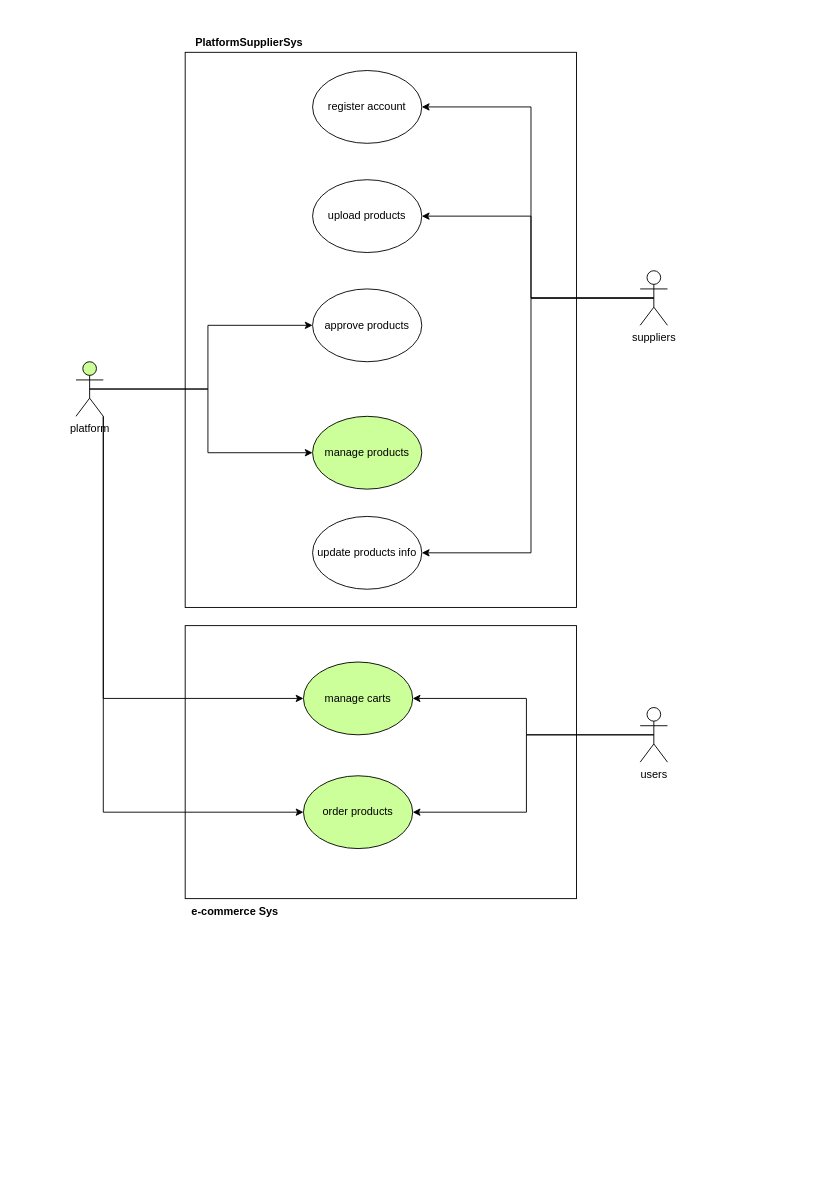
This is page "Use Case" (1 of 7) of 1 System Analysis Diagram/Use Case_PlatformSuppliers_Cart-Service.drawio from CHAITANYA510/QuickMall-eCommerce, a draw.io file, before an edit. Source tidied: cells renumbered, new cells numbered last; positions are measured from the earlier drawing's top-left corner, leaving out a move shared by most shapes. Both pictures are drawn from the tidied source at 91%, with x=0, y=0 at pixel (76, 29).
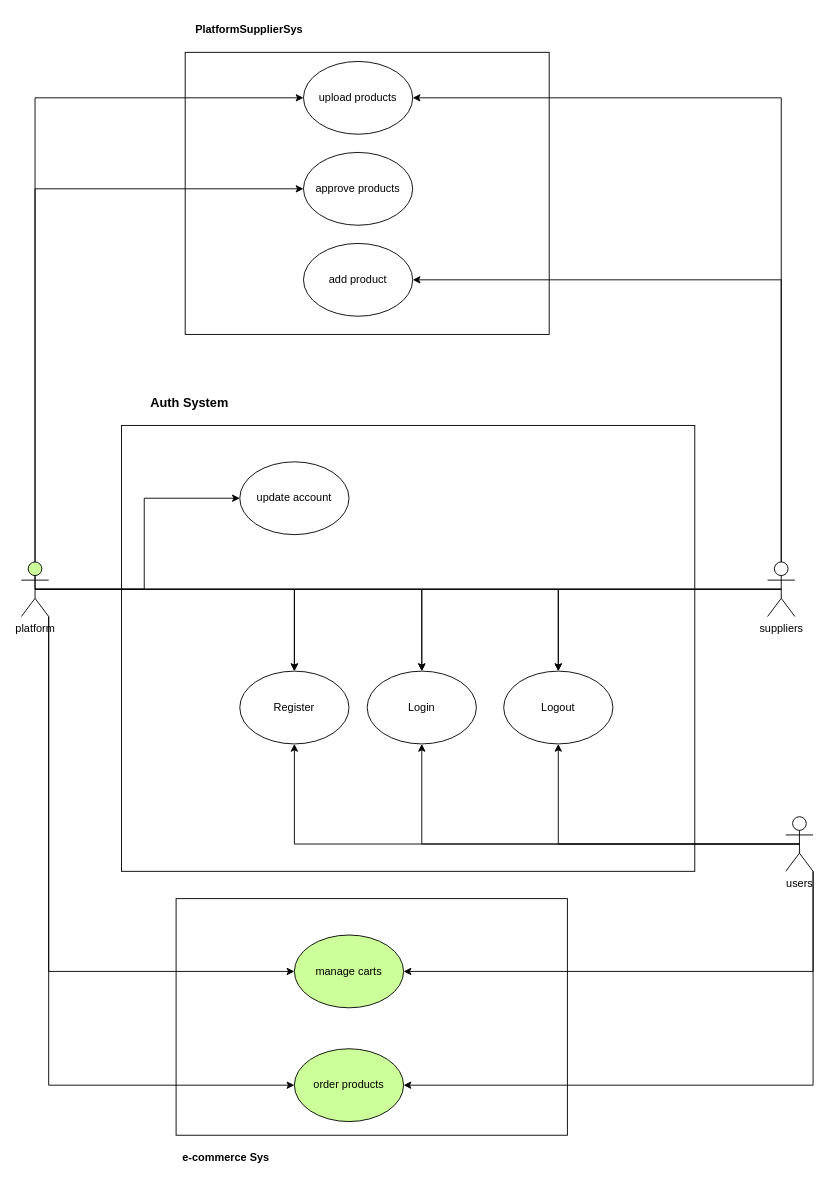
The same page after the edit.

Commit message:
add Auth System design part

What changed in the source:
```diff
@@
+    <mxCell id="25" style="rounded=0;whiteSpace=wrap;html=1;" parent="1" vertex="1">
+      <mxGeometry x="50" y="435" width="630" height="490" as="geometry" />
+    </mxCell>
     <mxCell id="2" style="rounded=0;whiteSpace=wrap;html=1;" parent="1" vertex="1">
-      <mxGeometry x="120" y="655" width="430" height="300" as="geometry" />
+      <mxGeometry x="110" y="955" width="430" height="260" as="geometry" />
     </mxCell>
     <mxCell id="3" style="rounded=0;whiteSpace=wrap;html=1;" parent="1" vertex="1">
-      <mxGeometry x="120" y="25" width="430" height="610" as="geometry" />
+      <mxGeometry x="120" y="25" width="400" height="310" as="geometry" />
     </mxCell>
-    <mxCell id="4" style="edgeStyle=orthogonalEdgeStyle;rounded=0;jettySize=auto;html=1;exitX=0.5;exitY=0.5;exitDx=0;exitDy=0;exitPerimeter=0;entryX=0;entryY=0.5;entryDx=0;entryDy=0;" parent="1" edge="1" source="8" target="15">
-      <mxGeometry relative="1" as="geometry" />
-    </mxCell>
@@
-    <mxCell id="6" style="edgeStyle=orthogonalEdgeStyle;rounded=0;jettySize=auto;html=1;exitX=0.5;exitY=0.5;exitDx=0;exitDy=0;exitPerimeter=0;entryX=0;entryY=0.5;entryDx=0;entryDy=0;" parent="1" edge="1" source="8" target="21">
-      <mxGeometry relative="1" as="geometry" />
+    <mxCell id="6" style="edgeStyle=orthogonalEdgeStyle;rounded=0;jettySize=auto;html=1;exitX=0.5;exitY=0;exitDx=0;exitDy=0;exitPerimeter=0;entryX=0;entryY=0.5;entryDx=0;entryDy=0;" parent="1" edge="1" source="8" target="21">
+      <mxGeometry relative="1" as="geometry">
+        <Array as="points">
+          <mxPoint x="-45" y="175" />
+        </Array>
+      </mxGeometry>
     </mxCell>
@@
+    <mxCell id="26" style="edgeStyle=orthogonalEdgeStyle;rounded=0;jettySize=auto;html=1;exitX=0.5;exitY=0.5;exitDx=0;exitDy=0;exitPerimeter=0;entryX=0;entryY=0.5;entryDx=0;entryDy=0;" parent="1" edge="1" source="8" target="14">
+      <mxGeometry relative="1" as="geometry">
+        <Array as="points">
+          <mxPoint x="-45" y="75" />
+        </Array>
+      </mxGeometry>
+    </mxCell>
+    <mxCell id="27" style="edgeStyle=orthogonalEdgeStyle;rounded=0;jettySize=auto;html=1;exitX=0.5;exitY=0.5;exitDx=0;exitDy=0;exitPerimeter=0;entryX=0.5;entryY=0;entryDx=0;entryDy=0;" parent="1" edge="1" source="8" target="37">
+      <mxGeometry relative="1" as="geometry" />
+    </mxCell>
+    <mxCell id="28" style="edgeStyle=orthogonalEdgeStyle;rounded=0;jettySize=auto;html=1;exitX=0.5;exitY=0.5;exitDx=0;exitDy=0;exitPerimeter=0;entryX=0.5;entryY=0;entryDx=0;entryDy=0;" parent="1" edge="1" source="8" target="38">
+      <mxGeometry relative="1" as="geometry" />
+    </mxCell>
+    <mxCell id="29" style="edgeStyle=orthogonalEdgeStyle;rounded=0;jettySize=auto;html=1;exitX=0.5;exitY=0.5;exitDx=0;exitDy=0;exitPerimeter=0;entryX=0.5;entryY=0;entryDx=0;entryDy=0;" parent="1" edge="1" source="8" target="39">
+      <mxGeometry relative="1" as="geometry" />
+    </mxCell>
+    <mxCell id="30" style="edgeStyle=orthogonalEdgeStyle;rounded=0;jettySize=auto;html=1;exitX=0.5;exitY=0.5;exitDx=0;exitDy=0;exitPerimeter=0;entryX=0;entryY=0.5;entryDx=0;entryDy=0;" parent="1" edge="1" source="8" target="40">
+      <mxGeometry relative="1" as="geometry" />
+    </mxCell>
     <mxCell id="8" value="platform" style="shape=umlActor;verticalLabelPosition=bottom;verticalAlign=top;html=1;fillColor=#CCFF99;" parent="1" vertex="1">
-      <mxGeometry y="365" width="30" height="60" as="geometry" />
+      <mxGeometry x="-60" y="585" width="30" height="60" as="geometry" />
     </mxCell>
-    <mxCell id="9" style="edgeStyle=orthogonalEdgeStyle;rounded=0;jettySize=auto;html=1;exitX=0.5;exitY=0.5;exitDx=0;exitDy=0;exitPerimeter=0;entryX=1;entryY=0.5;entryDx=0;entryDy=0;" parent="1" edge="1" source="12" target="13">
-      <mxGeometry relative="1" as="geometry" />
-    </mxCell>
-    <mxCell id="10" style="edgeStyle=orthogonalEdgeStyle;rounded=0;jettySize=auto;html=1;exitX=0.5;exitY=0.5;exitDx=0;exitDy=0;exitPerimeter=0;entryX=1;entryY=0.5;entryDx=0;entryDy=0;" parent="1" edge="1" source="12" target="14">
-      <mxGeometry relative="1" as="geometry" />
+    <mxCell id="10" style="edgeStyle=orthogonalEdgeStyle;rounded=0;jettySize=auto;html=1;exitX=0.5;exitY=0;exitDx=0;exitDy=0;exitPerimeter=0;entryX=1;entryY=0.5;entryDx=0;entryDy=0;" parent="1" edge="1" source="12" target="14">
+      <mxGeometry relative="1" as="geometry">
+        <Array as="points">
+          <mxPoint x="775" y="75" />
+        </Array>
+      </mxGeometry>
     </mxCell>
-    <mxCell id="11" style="edgeStyle=orthogonalEdgeStyle;rounded=0;jettySize=auto;html=1;exitX=0.5;exitY=0.5;exitDx=0;exitDy=0;exitPerimeter=0;entryX=1;entryY=0.5;entryDx=0;entryDy=0;" parent="1" edge="1" source="12" target="16">
+    <mxCell id="11" style="edgeStyle=orthogonalEdgeStyle;rounded=0;jettySize=auto;html=1;exitX=0.5;exitY=0;exitDx=0;exitDy=0;exitPerimeter=0;entryX=1;entryY=0.5;entryDx=0;entryDy=0;" parent="1" edge="1" source="12" target="16">
       <mxGeometry relative="1" as="geometry" />
     </mxCell>
+    <mxCell id="31" style="edgeStyle=orthogonalEdgeStyle;rounded=0;jettySize=auto;html=1;exitX=0.5;exitY=0.5;exitDx=0;exitDy=0;exitPerimeter=0;entryX=0.5;entryY=0;entryDx=0;entryDy=0;" parent="1" edge="1" source="12" target="37">
+      <mxGeometry relative="1" as="geometry" />
+    </mxCell>
+    <mxCell id="32" style="edgeStyle=orthogonalEdgeStyle;rounded=0;jettySize=auto;html=1;exitX=0.5;exitY=0.5;exitDx=0;exitDy=0;exitPerimeter=0;" parent="1" edge="1" source="12" target="38">
+      <mxGeometry relative="1" as="geometry" />
+    </mxCell>
+    <mxCell id="33" style="edgeStyle=orthogonalEdgeStyle;rounded=0;jettySize=auto;html=1;exitX=0.5;exitY=0.5;exitDx=0;exitDy=0;exitPerimeter=0;entryX=0.5;entryY=0;entryDx=0;entryDy=0;" parent="1" edge="1" source="12" target="39">
+      <mxGeometry relative="1" as="geometry" />
+    </mxCell>
     <mxCell id="12" value="suppliers" style="shape=umlActor;verticalLabelPosition=bottom;verticalAlign=top;html=1;" parent="1" vertex="1">
-      <mxGeometry x="620" y="265" width="30" height="60" as="geometry" />
+      <mxGeometry x="760" y="585" width="30" height="60" as="geometry" />
     </mxCell>
-    <mxCell id="13" value="register account" style="ellipse;whiteSpace=wrap;html=1;" parent="1" vertex="1">
-      <mxGeometry x="260" y="45" width="120" height="80" as="geometry" />
-    </mxCell>
     <mxCell id="14" value="upload products" style="ellipse;whiteSpace=wrap;html=1;" parent="1" vertex="1">
-      <mxGeometry x="260" y="165" width="120" height="80" as="geometry" />
+      <mxGeometry x="250" y="35" width="120" height="80" as="geometry" />
     </mxCell>
-    <mxCell id="15" value="manage products" style="ellipse;whiteSpace=wrap;html=1;fillColor=#CCFF99;" parent="1" vertex="1">
-      <mxGeometry x="260" y="425" width="120" height="80" as="geometry" />
-    </mxCell>
-    <mxCell id="16" value="update products info" style="ellipse;whiteSpace=wrap;html=1;" parent="1" vertex="1">
-      <mxGeometry x="260" y="535" width="120" height="80" as="geometry" />
+    <mxCell id="16" value="add product" style="ellipse;whiteSpace=wrap;html=1;" parent="1" vertex="1">
+      <mxGeometry x="250" y="235" width="120" height="80" as="geometry" />
     </mxCell>
-    <mxCell id="17" style="edgeStyle=orthogonalEdgeStyle;rounded=0;jettySize=auto;html=1;exitX=0.5;exitY=0.5;exitDx=0;exitDy=0;exitPerimeter=0;entryX=1;entryY=0.5;entryDx=0;entryDy=0;" parent="1" edge="1" source="19" target="20">
+    <mxCell id="17" style="edgeStyle=orthogonalEdgeStyle;rounded=0;jettySize=auto;html=1;exitX=1;exitY=1;exitDx=0;exitDy=0;exitPerimeter=0;entryX=1;entryY=0.5;entryDx=0;entryDy=0;" parent="1" edge="1" source="19" target="20">
       <mxGeometry relative="1" as="geometry" />
     </mxCell>
-    <mxCell id="18" style="edgeStyle=orthogonalEdgeStyle;rounded=0;jettySize=auto;html=1;exitX=0.5;exitY=0.5;exitDx=0;exitDy=0;exitPerimeter=0;entryX=1;entryY=0.5;entryDx=0;entryDy=0;" parent="1" edge="1" source="19" target="24">
+    <mxCell id="18" style="edgeStyle=orthogonalEdgeStyle;rounded=0;jettySize=auto;html=1;exitX=1;exitY=1;exitDx=0;exitDy=0;exitPerimeter=0;entryX=1;entryY=0.5;entryDx=0;entryDy=0;" parent="1" edge="1" source="19" target="24">
       <mxGeometry relative="1" as="geometry" />
     </mxCell>
+    <mxCell id="34" style="edgeStyle=orthogonalEdgeStyle;rounded=0;jettySize=auto;html=1;exitX=0.5;exitY=0.5;exitDx=0;exitDy=0;exitPerimeter=0;entryX=0.5;entryY=1;entryDx=0;entryDy=0;" parent="1" edge="1" source="19" target="39">
+      <mxGeometry relative="1" as="geometry" />
+    </mxCell>
+    <mxCell id="35" style="edgeStyle=orthogonalEdgeStyle;rounded=0;jettySize=auto;html=1;exitX=0.5;exitY=0.5;exitDx=0;exitDy=0;exitPerimeter=0;entryX=0.5;entryY=1;entryDx=0;entryDy=0;" parent="1" edge="1" source="19" target="38">
+      <mxGeometry relative="1" as="geometry" />
+    </mxCell>
+    <mxCell id="36" style="edgeStyle=orthogonalEdgeStyle;rounded=0;jettySize=auto;html=1;exitX=0.5;exitY=0.5;exitDx=0;exitDy=0;exitPerimeter=0;entryX=0.5;entryY=1;entryDx=0;entryDy=0;" parent="1" edge="1" source="19" target="37">
+      <mxGeometry relative="1" as="geometry" />
+    </mxCell>
     <mxCell id="19" value="users" style="shape=umlActor;verticalLabelPosition=bottom;verticalAlign=top;html=1;" parent="1" vertex="1">
-      <mxGeometry x="620" y="745" width="30" height="60" as="geometry" />
+      <mxGeometry x="780" y="865" width="30" height="60" as="geometry" />
     </mxCell>
     <mxCell id="20" value="manage carts" style="ellipse;whiteSpace=wrap;html=1;fillColor=#CCFF99;" parent="1" vertex="1">
-      <mxGeometry x="250" y="695" width="120" height="80" as="geometry" />
+      <mxGeometry x="240" y="995" width="120" height="80" as="geometry" />
     </mxCell>
     <mxCell id="21" value="approve products" style="ellipse;whiteSpace=wrap;html=1;" parent="1" vertex="1">
-      <mxGeometry x="260" y="285" width="120" height="80" as="geometry" />
+      <mxGeometry x="250" y="135" width="120" height="80" as="geometry" />
     </mxCell>
     <mxCell id="22" value="PlatformSupplierSys" style="text;html=1;align=center;verticalAlign=middle;strokeColor=none;fillColor=none;fontStyle=1;" parent="1" vertex="1">
-      <mxGeometry x="120" width="140" height="30" as="geometry" />
+      <mxGeometry x="120" y="-15" width="140" height="30" as="geometry" />
     </mxCell>
     <mxCell id="23" value="e-commerce Sys" style="text;html=1;strokeColor=none;fillColor=none;align=center;verticalAlign=middle;whiteSpace=wrap;rounded=0;fontStyle=1;" parent="1" vertex="1">
-      <mxGeometry x="120" y="955" width="110" height="30" as="geometry" />
+      <mxGeometry x="110" y="1225" width="110" height="30" as="geometry" />
     </mxCell>
     <mxCell id="24" value="order products" style="ellipse;whiteSpace=wrap;html=1;fillColor=#CCFF99;" parent="1" vertex="1">
-      <mxGeometry x="250" y="820" width="120" height="80" as="geometry" />
+      <mxGeometry x="240" y="1120" width="120" height="80" as="geometry" />
     </mxCell>
+    <mxCell id="37" value="Register" style="ellipse;whiteSpace=wrap;html=1;fillColor=#FFFFFF;" parent="1" vertex="1">
+      <mxGeometry x="180" y="705" width="120" height="80" as="geometry" />
+    </mxCell>
+    <mxCell id="38" value="Login" style="ellipse;whiteSpace=wrap;html=1;" parent="1" vertex="1">
+      <mxGeometry x="320" y="705" width="120" height="80" as="geometry" />
+    </mxCell>
+    <mxCell id="39" value="Logout" style="ellipse;whiteSpace=wrap;html=1;" parent="1" vertex="1">
+      <mxGeometry x="470" y="705" width="120" height="80" as="geometry" />
+    </mxCell>
+    <mxCell id="40" value="update account" style="ellipse;whiteSpace=wrap;html=1;" parent="1" vertex="1">
+      <mxGeometry x="180" y="475" width="120" height="80" as="geometry" />
+    </mxCell>
+    <mxCell id="41" value="&lt;font style=&quot;font-size: 14px;&quot;&gt;Auth System&lt;/font&gt;" style="text;html=1;strokeColor=none;fillColor=none;align=center;verticalAlign=middle;whiteSpace=wrap;rounded=0;fontStyle=1;" parent="1" vertex="1">
+      <mxGeometry x="60" y="395" width="130" height="30" as="geometry" />
+    </mxCell>
```
